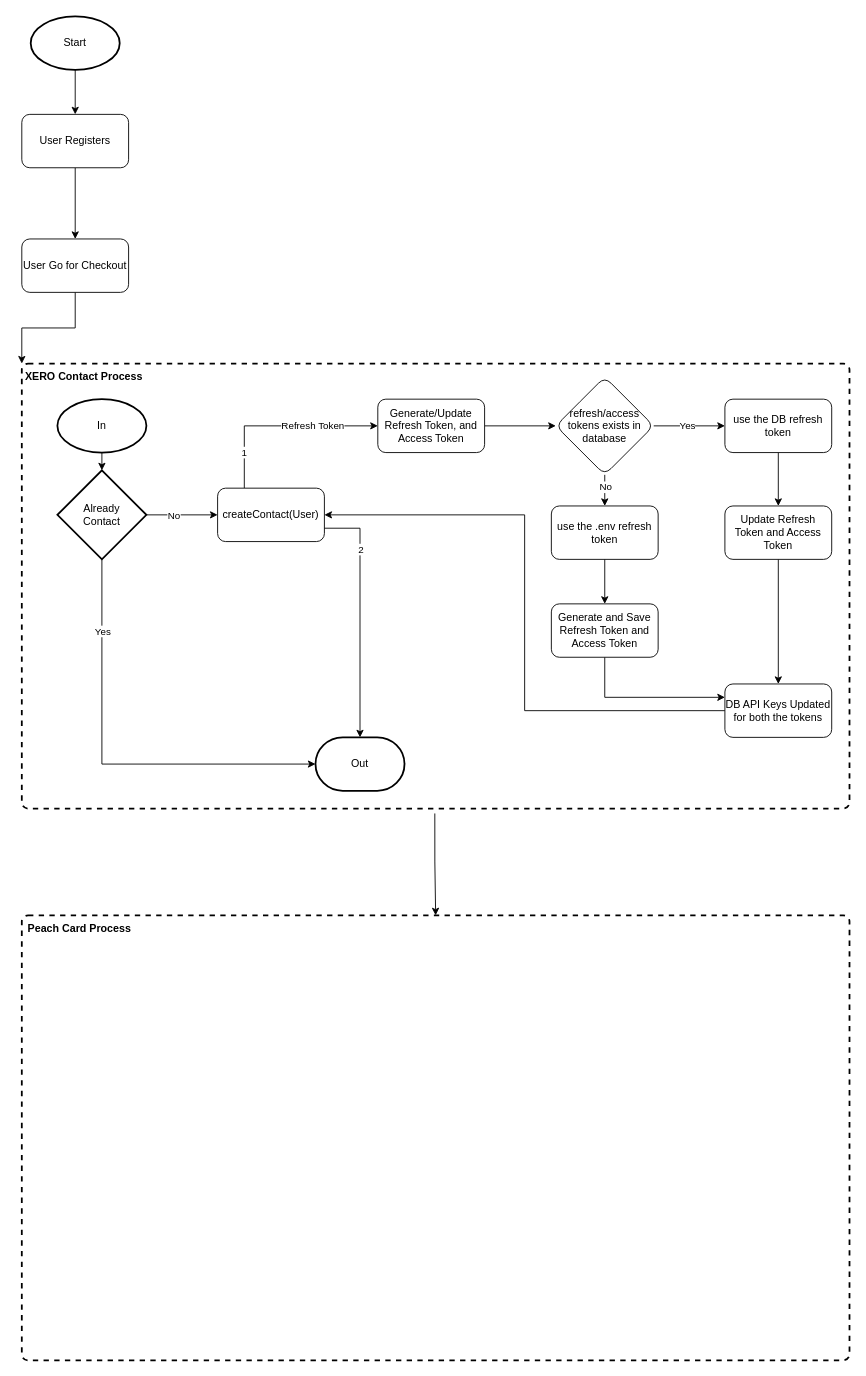
Earlier version of the draw.io diagram lockr-web-xero-api-flow.drawio (gulbitz/diagrams.net). Source tidied: cells renumbered, new cells numbered last; positions are measured from the earlier drawing's top-left corner, leaving out a move shared by most shapes. Both pictures are drawn from the tidied source at 89%, with x=0, y=0 at pixel (21, 16).
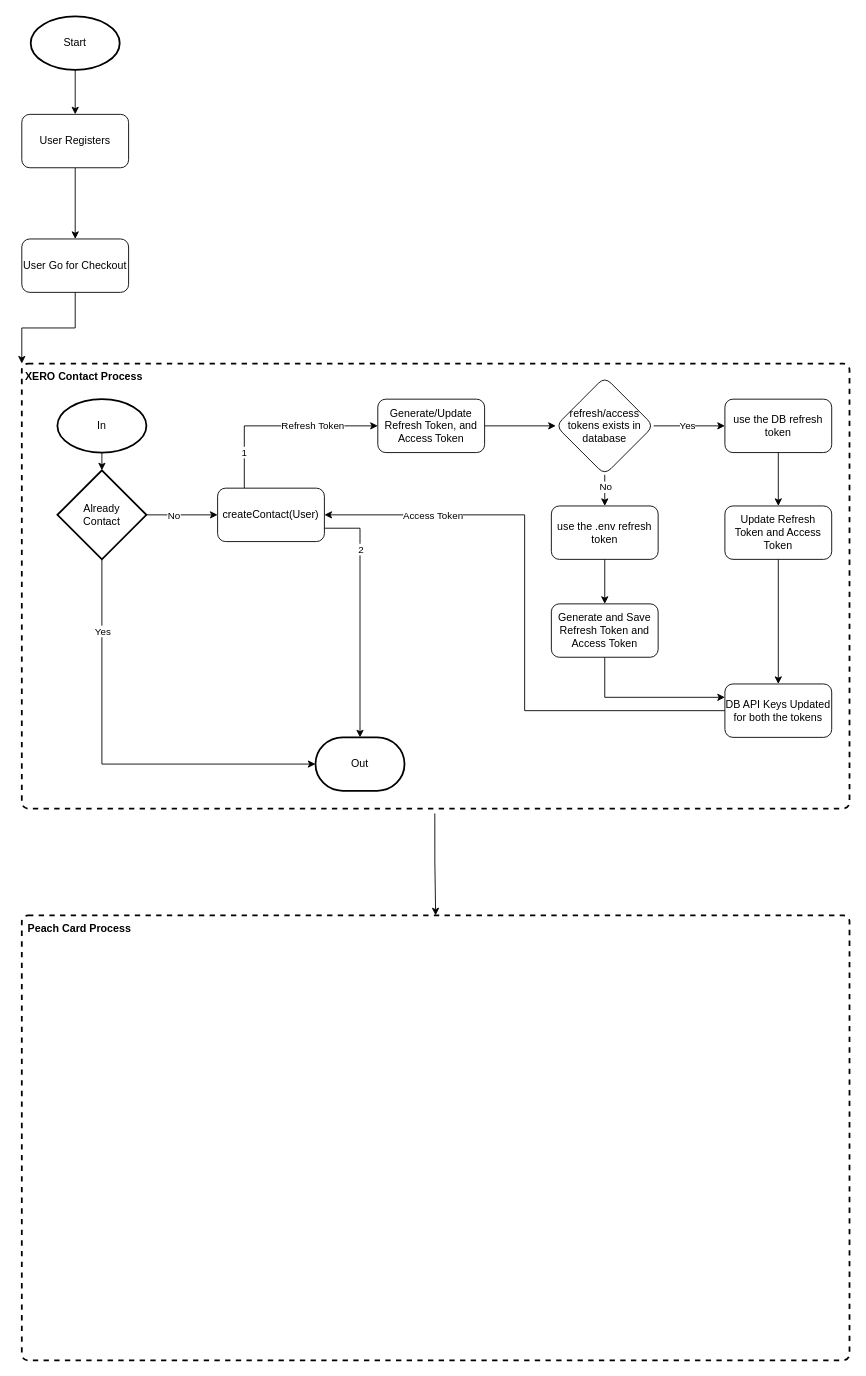
Above is the later version.

The change refers to these unchanged cells:
```xml
<mxCell id="41" style="edgeStyle=orthogonalEdgeStyle;rounded=0;jettySize=auto;html=1;exitX=0;exitY=0.5;exitDx=0;exitDy=0;entryX=1;entryY=0.5;entryDx=0;entryDy=0;" parent="1" edge="1" source="42" target="21">
  <mxGeometry relative="1" as="geometry">
    <Array as="points">
      <mxPoint x="565" y="780" />
      <mxPoint x="565" y="560" />
    </Array>
  </mxGeometry>
</mxCell>
```

What changed in the source:
```diff
@@
+    <mxCell id="45" value="Access Token" style="edgeLabel;html=1;align=center;verticalAlign=middle;" parent="41" vertex="1">
+      <mxGeometry x="0.64" relative="1" as="geometry" />
+    </mxCell>
```
